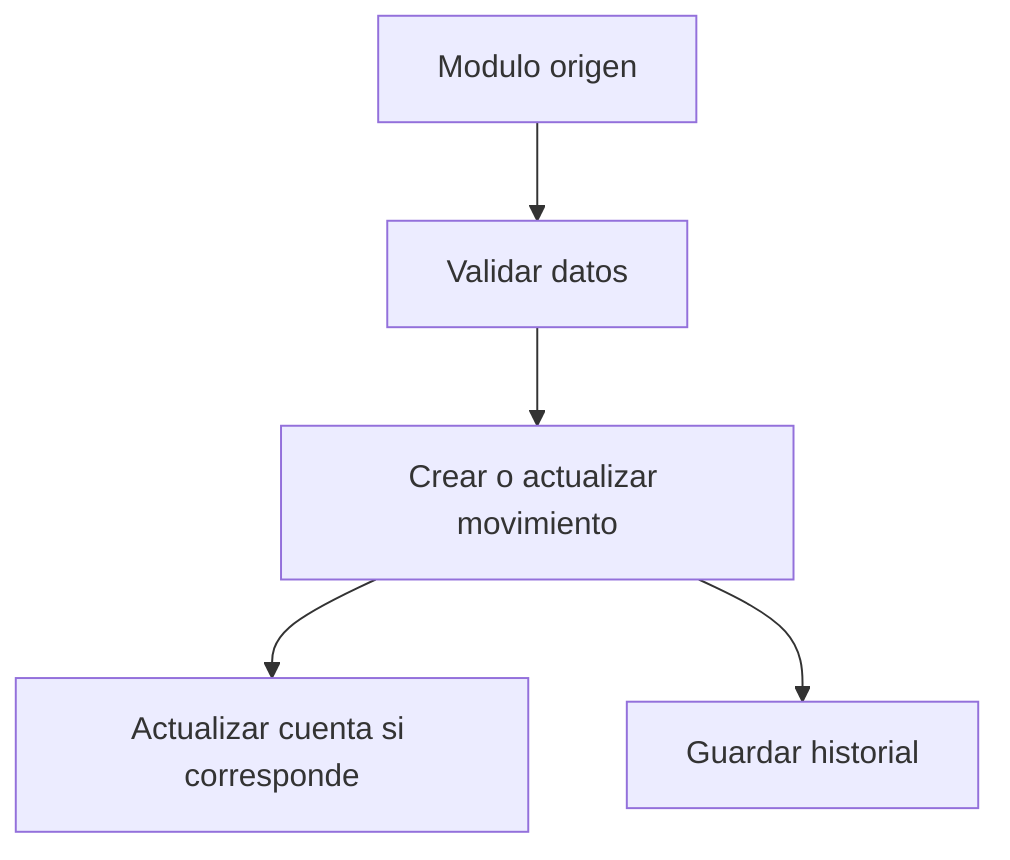
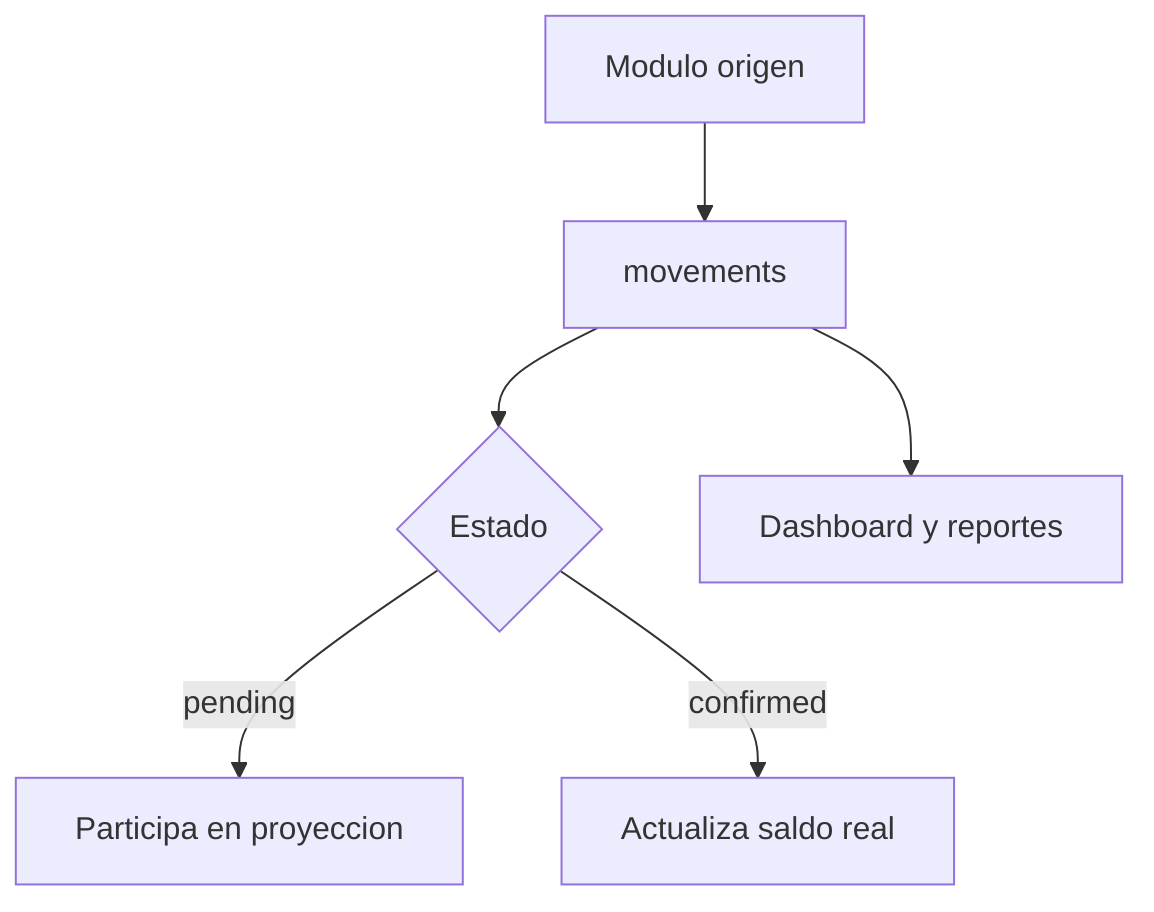
flowchart TD
    Origen[Modulo origen]
-     Validacion[Validar datos]
-     Movimiento[Crear o actualizar movimiento]
-     Cuenta[Actualizar cuenta si corresponde]
-     Historial[Guardar historial]
+     Movement[movements]
+     Estado{Estado}
+     Proyeccion[Participa en proyeccion]
+     Saldo[Actualiza saldo real]
+     Dashboard[Dashboard y reportes]

-     Origen --> Validacion
-     Validacion --> Movimiento
-     Movimiento --> Cuenta
-     Movimiento --> Historial
+     Origen --> Movement
+     Movement --> Estado
+     Estado -->|pending| Proyeccion
+     Estado -->|confirmed| Saldo
+     Movement --> Dashboard

